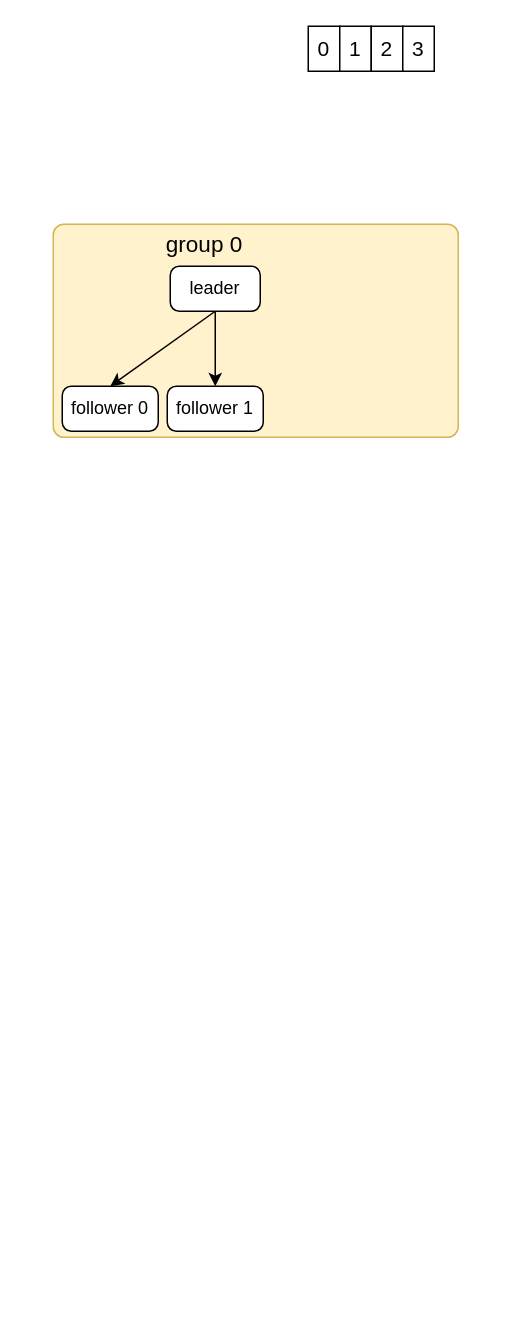
Above: page "group扩缩容" (5 of 5) of kv.drawio in yantao006/draw_io (draw.io), before the change. Source tidied: cells renumbered, new cells numbered last; positions are measured from the earlier drawing's top-left corner, leaving out a move shared by most shapes. Both pictures are drawn from the tidied source at 150%, with x=0, y=0 at pixel (52, 26).
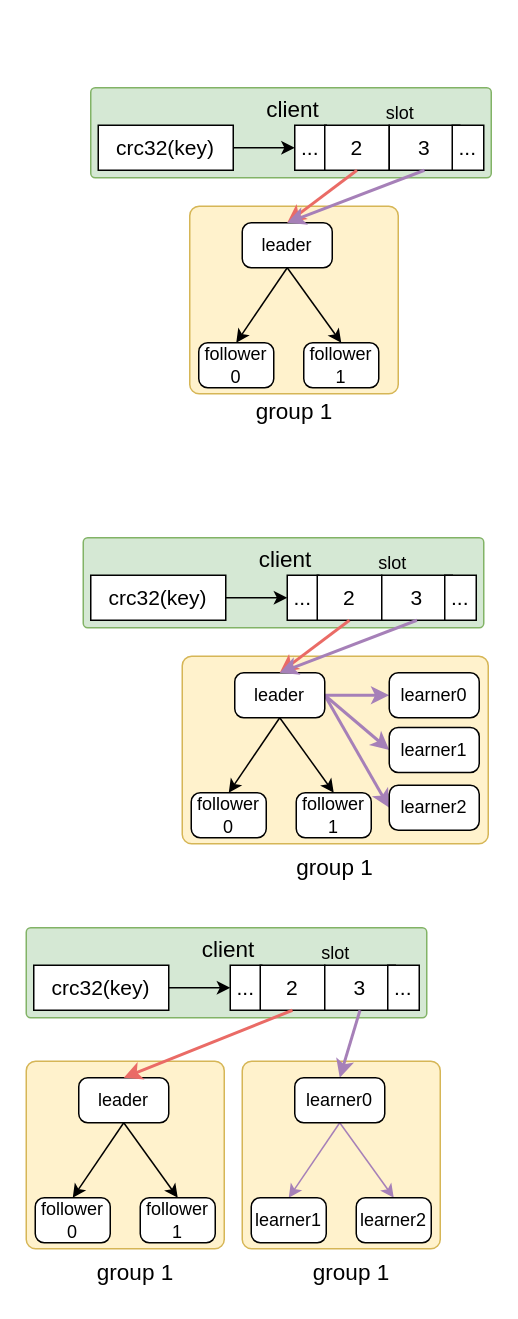
The same diagram, later.

The edit, as a diff of the source:
```diff
@@
-    <mxCell id="2" style="rounded=1;whiteSpace=wrap;html=1;arcSize=5;fillColor=#fff2cc;strokeColor=#d6b656;" parent="1" vertex="1">
-      <mxGeometry y="132" width="270" height="142" as="geometry" />
-    </mxCell>
-    <mxCell id="3" style="rounded=0;jettySize=auto;html=1;exitX=0.5;exitY=1;exitDx=0;exitDy=0;entryX=0.5;entryY=0;entryDx=0;entryDy=0;strokeWidth=1;" parent="1" edge="1" source="5" target="6">
-      <mxGeometry relative="1" as="geometry" />
-    </mxCell>
-    <mxCell id="4" style="edgeStyle=orthogonalEdgeStyle;rounded=0;jettySize=auto;html=1;exitX=0.5;exitY=1;exitDx=0;exitDy=0;entryX=0.5;entryY=0;entryDx=0;entryDy=0;" parent="1" edge="1" source="5" target="7">
-      <mxGeometry relative="1" as="geometry" />
-    </mxCell>
-    <mxCell id="5" value="leader" style="rounded=1;whiteSpace=wrap;html=1;arcSize=20;" parent="1" vertex="1">
-      <mxGeometry x="78" y="160" width="60" height="30" as="geometry" />
-    </mxCell>
-    <mxCell id="6" value="follower&amp;nbsp;&lt;span style=&quot;background-color: initial;&quot;&gt;0&lt;/span&gt;" style="rounded=1;whiteSpace=wrap;html=1;arcSize=20;" parent="1" vertex="1">
-      <mxGeometry x="6" y="240" width="64" height="30" as="geometry" />
-    </mxCell>
-    <mxCell id="7" value="follower&amp;nbsp;&lt;span style=&quot;background-color: initial;&quot;&gt;1&lt;/span&gt;" style="rounded=1;whiteSpace=wrap;html=1;arcSize=20;" parent="1" vertex="1">
-      <mxGeometry x="76" y="240" width="64" height="30" as="geometry" />
-    </mxCell>
-    <mxCell id="8" value="&lt;font style=&quot;font-size: 15px;&quot;&gt;group 0&lt;/font&gt;" style="text;html=1;align=center;verticalAlign=middle;whiteSpace=wrap;rounded=0;" parent="1" vertex="1">
-      <mxGeometry x="71" y="130" width="60" height="30" as="geometry" />
-    </mxCell>
-    <mxCell id="9" value="&lt;span style=&quot;font-size: 14px;&quot;&gt;0&lt;/span&gt;" style="rounded=0;whiteSpace=wrap;html=1;" parent="1" vertex="1">
-      <mxGeometry x="170" width="21" height="30" as="geometry" />
-    </mxCell>
-    <mxCell id="10" value="&lt;span style=&quot;font-size: 14px;&quot;&gt;1&lt;/span&gt;" style="rounded=0;whiteSpace=wrap;html=1;" parent="1" vertex="1">
-      <mxGeometry x="191" width="21" height="30" as="geometry" />
-    </mxCell>
-    <mxCell id="11" value="&lt;span style=&quot;font-size: 14px;&quot;&gt;2&lt;/span&gt;" style="rounded=0;whiteSpace=wrap;html=1;" parent="1" vertex="1">
-      <mxGeometry x="212" width="21" height="30" as="geometry" />
-    </mxCell>
-    <mxCell id="12" value="&lt;span style=&quot;font-size: 14px;&quot;&gt;3&lt;/span&gt;" style="rounded=0;whiteSpace=wrap;html=1;" parent="1" vertex="1">
-      <mxGeometry x="233" width="21" height="30" as="geometry" />
-    </mxCell>
+    <mxCell id="13" style="rounded=1;whiteSpace=wrap;html=1;arcSize=5;fillColor=#fff2cc;strokeColor=#d6b656;" parent="1" vertex="1">
+      <mxGeometry x="126" y="690" width="132" height="125" as="geometry" />
+    </mxCell>
+    <mxCell id="14" style="rounded=1;whiteSpace=wrap;html=1;arcSize=5;fillColor=#fff2cc;strokeColor=#d6b656;" parent="1" vertex="1">
+      <mxGeometry x="91" y="120" width="139" height="125" as="geometry" />
+    </mxCell>
+    <mxCell id="15" style="rounded=1;whiteSpace=wrap;html=1;arcSize=5;fillColor=#d5e8d4;strokeColor=#82b366;" parent="1" vertex="1">
+      <mxGeometry x="25" y="41" width="267" height="60" as="geometry" />
+    </mxCell>
+    <mxCell id="16" style="edgeStyle=orthogonalEdgeStyle;rounded=0;jettySize=auto;html=1;exitX=1;exitY=0.5;exitDx=0;exitDy=0;entryX=0;entryY=0.5;entryDx=0;entryDy=0;" parent="1" edge="1" source="17" target="19">
+      <mxGeometry relative="1" as="geometry" />
+    </mxCell>
+    <mxCell id="17" value="&lt;font style=&quot;font-size: 14px;&quot;&gt;crc32(key)&lt;/font&gt;" style="rounded=0;whiteSpace=wrap;html=1;" parent="1" vertex="1">
+      <mxGeometry x="30" y="66" width="90" height="30" as="geometry" />
+    </mxCell>
+    <mxCell id="18" style="group;" parent="1" vertex="1">
+      <mxGeometry x="161" y="66" width="126" height="30" as="geometry" />
+    </mxCell>
+    <mxCell id="19" value="&lt;span style=&quot;font-size: 14px;&quot;&gt;...&lt;/span&gt;" style="rounded=0;whiteSpace=wrap;html=1;" parent="18" vertex="1">
+      <mxGeometry width="21" height="30" as="geometry" />
+    </mxCell>
+    <mxCell id="20" value="&lt;span style=&quot;font-size: 14px;&quot;&gt;2&lt;/span&gt;" style="rounded=0;whiteSpace=wrap;html=1;" parent="18" vertex="1">
+      <mxGeometry x="20" width="43" height="30" as="geometry" />
+    </mxCell>
+    <mxCell id="21" value="&lt;span style=&quot;font-size: 14px;&quot;&gt;3&lt;/span&gt;" style="rounded=0;whiteSpace=wrap;html=1;" parent="18" vertex="1">
+      <mxGeometry x="63" width="47" height="30" as="geometry" />
+    </mxCell>
+    <mxCell id="22" value="&lt;span style=&quot;font-size: 14px;&quot;&gt;...&lt;/span&gt;" style="rounded=0;whiteSpace=wrap;html=1;" parent="18" vertex="1">
+      <mxGeometry x="105" width="21" height="30" as="geometry" />
+    </mxCell>
+    <mxCell id="23" value="&lt;font style=&quot;font-size: 15px;&quot;&gt;client&lt;/font&gt;" style="text;html=1;align=center;verticalAlign=middle;whiteSpace=wrap;rounded=0;" parent="1" vertex="1">
+      <mxGeometry x="130" y="40" width="60" height="30" as="geometry" />
+    </mxCell>
+    <mxCell id="24" style="rounded=0;jettySize=auto;html=1;exitX=0.5;exitY=1;exitDx=0;exitDy=0;entryX=0.5;entryY=0;entryDx=0;entryDy=0;strokeWidth=1;" parent="1" edge="1" source="26" target="27">
+      <mxGeometry relative="1" as="geometry" />
+    </mxCell>
+    <mxCell id="25" style="rounded=0;jettySize=auto;html=1;exitX=0.5;exitY=1;exitDx=0;exitDy=0;entryX=0.5;entryY=0;entryDx=0;entryDy=0;" parent="1" edge="1" source="26" target="28">
+      <mxGeometry relative="1" as="geometry" />
+    </mxCell>
+    <mxCell id="26" value="leader" style="rounded=1;whiteSpace=wrap;html=1;arcSize=20;" parent="1" vertex="1">
+      <mxGeometry x="126" y="131" width="60" height="30" as="geometry" />
+    </mxCell>
+    <mxCell id="27" value="follower&lt;div&gt;0&lt;/div&gt;" style="rounded=1;whiteSpace=wrap;html=1;arcSize=20;" parent="1" vertex="1">
+      <mxGeometry x="97" y="211" width="50" height="30" as="geometry" />
+    </mxCell>
+    <mxCell id="28" value="follower&lt;div&gt;1&lt;/div&gt;" style="rounded=1;whiteSpace=wrap;html=1;arcSize=20;" parent="1" vertex="1">
+      <mxGeometry x="167" y="211" width="50" height="30" as="geometry" />
+    </mxCell>
+    <mxCell id="29" value="&lt;font style=&quot;font-size: 15px;&quot;&gt;group 1&lt;/font&gt;" style="text;html=1;align=center;verticalAlign=middle;whiteSpace=wrap;rounded=0;" parent="1" vertex="1">
+      <mxGeometry x="130.5" y="241" width="60" height="30" as="geometry" />
+    </mxCell>
+    <mxCell id="30" value="&lt;font style=&quot;font-size: 12px;&quot;&gt;slot&lt;/font&gt;" style="text;html=1;align=center;verticalAlign=middle;whiteSpace=wrap;rounded=0;" parent="1" vertex="1">
+      <mxGeometry x="217" y="48" width="29" height="20" as="geometry" />
+    </mxCell>
+    <mxCell id="31" style="rounded=0;jettySize=auto;html=1;exitX=0.5;exitY=1;exitDx=0;exitDy=0;entryX=0.5;entryY=0;entryDx=0;entryDy=0;strokeColor=#EA6B66;strokeWidth=2;" parent="1" edge="1" source="20" target="26">
+      <mxGeometry relative="1" as="geometry" />
+    </mxCell>
+    <mxCell id="32" style="rounded=0;jettySize=auto;html=1;exitX=0.5;exitY=1;exitDx=0;exitDy=0;entryX=0.5;entryY=0;entryDx=0;entryDy=0;strokeColor=#A680B8;strokeWidth=2;" parent="1" edge="1" source="21" target="26">
+      <mxGeometry relative="1" as="geometry" />
+    </mxCell>
+    <mxCell id="33" style="rounded=1;whiteSpace=wrap;html=1;arcSize=5;fillColor=#fff2cc;strokeColor=#d6b656;" parent="1" vertex="1">
+      <mxGeometry x="86" y="420" width="204" height="125" as="geometry" />
+    </mxCell>
+    <mxCell id="34" style="rounded=1;whiteSpace=wrap;html=1;arcSize=5;fillColor=#d5e8d4;strokeColor=#82b366;" parent="1" vertex="1">
+      <mxGeometry x="20" y="341" width="267" height="60" as="geometry" />
+    </mxCell>
+    <mxCell id="35" style="edgeStyle=orthogonalEdgeStyle;rounded=0;jettySize=auto;html=1;exitX=1;exitY=0.5;exitDx=0;exitDy=0;entryX=0;entryY=0.5;entryDx=0;entryDy=0;" parent="1" edge="1" source="36" target="38">
+      <mxGeometry relative="1" as="geometry" />
+    </mxCell>
+    <mxCell id="36" value="&lt;font style=&quot;font-size: 14px;&quot;&gt;crc32(key)&lt;/font&gt;" style="rounded=0;whiteSpace=wrap;html=1;" parent="1" vertex="1">
+      <mxGeometry x="25" y="366" width="90" height="30" as="geometry" />
+    </mxCell>
+    <mxCell id="37" style="group;" parent="1" vertex="1">
+      <mxGeometry x="156" y="366" width="126" height="30" as="geometry" />
+    </mxCell>
+    <mxCell id="38" value="&lt;span style=&quot;font-size: 14px;&quot;&gt;...&lt;/span&gt;" style="rounded=0;whiteSpace=wrap;html=1;" parent="37" vertex="1">
+      <mxGeometry width="21" height="30" as="geometry" />
+    </mxCell>
+    <mxCell id="39" value="&lt;span style=&quot;font-size: 14px;&quot;&gt;2&lt;/span&gt;" style="rounded=0;whiteSpace=wrap;html=1;" parent="37" vertex="1">
+      <mxGeometry x="20" width="43" height="30" as="geometry" />
+    </mxCell>
+    <mxCell id="40" value="&lt;span style=&quot;font-size: 14px;&quot;&gt;3&lt;/span&gt;" style="rounded=0;whiteSpace=wrap;html=1;" parent="37" vertex="1">
+      <mxGeometry x="63" width="47" height="30" as="geometry" />
+    </mxCell>
+    <mxCell id="41" value="&lt;span style=&quot;font-size: 14px;&quot;&gt;...&lt;/span&gt;" style="rounded=0;whiteSpace=wrap;html=1;" parent="37" vertex="1">
+      <mxGeometry x="105" width="21" height="30" as="geometry" />
+    </mxCell>
+    <mxCell id="42" value="&lt;font style=&quot;font-size: 15px;&quot;&gt;client&lt;/font&gt;" style="text;html=1;align=center;verticalAlign=middle;whiteSpace=wrap;rounded=0;" parent="1" vertex="1">
+      <mxGeometry x="125" y="340" width="60" height="30" as="geometry" />
+    </mxCell>
+    <mxCell id="43" style="rounded=0;jettySize=auto;html=1;exitX=0.5;exitY=1;exitDx=0;exitDy=0;entryX=0.5;entryY=0;entryDx=0;entryDy=0;strokeWidth=1;" parent="1" edge="1" source="48" target="49">
+      <mxGeometry relative="1" as="geometry" />
+    </mxCell>
+    <mxCell id="44" style="rounded=0;jettySize=auto;html=1;exitX=0.5;exitY=1;exitDx=0;exitDy=0;entryX=0.5;entryY=0;entryDx=0;entryDy=0;" parent="1" edge="1" source="48" target="50">
+      <mxGeometry relative="1" as="geometry" />
+    </mxCell>
+    <mxCell id="45" style="edgeStyle=orthogonalEdgeStyle;rounded=0;jettySize=auto;html=1;exitX=1;exitY=0.5;exitDx=0;exitDy=0;entryX=0;entryY=0.5;entryDx=0;entryDy=0;strokeWidth=2;strokeColor=#A680B8;" parent="1" edge="1" source="48" target="55">
+      <mxGeometry relative="1" as="geometry" />
+    </mxCell>
+    <mxCell id="46" style="rounded=0;jettySize=auto;html=1;exitX=1;exitY=0.5;exitDx=0;exitDy=0;entryX=0;entryY=0.5;entryDx=0;entryDy=0;strokeWidth=2;strokeColor=#A680B8;" parent="1" edge="1" source="48" target="56">
+      <mxGeometry relative="1" as="geometry" />
+    </mxCell>
+    <mxCell id="47" style="rounded=0;jettySize=auto;html=1;exitX=1;exitY=0.5;exitDx=0;exitDy=0;entryX=0;entryY=0.5;entryDx=0;entryDy=0;strokeWidth=2;strokeColor=#A680B8;" parent="1" edge="1" source="48" target="57">
+      <mxGeometry relative="1" as="geometry" />
+    </mxCell>
+    <mxCell id="48" value="leader" style="rounded=1;whiteSpace=wrap;html=1;arcSize=20;" parent="1" vertex="1">
+      <mxGeometry x="121" y="431" width="60" height="30" as="geometry" />
+    </mxCell>
+    <mxCell id="49" value="follower&lt;div&gt;0&lt;/div&gt;" style="rounded=1;whiteSpace=wrap;html=1;arcSize=20;" parent="1" vertex="1">
+      <mxGeometry x="92" y="511" width="50" height="30" as="geometry" />
+    </mxCell>
+    <mxCell id="50" value="follower&lt;div&gt;1&lt;/div&gt;" style="rounded=1;whiteSpace=wrap;html=1;arcSize=20;" parent="1" vertex="1">
+      <mxGeometry x="162" y="511" width="50" height="30" as="geometry" />
+    </mxCell>
+    <mxCell id="51" value="&lt;font style=&quot;font-size: 15px;&quot;&gt;group 1&lt;/font&gt;" style="text;html=1;align=center;verticalAlign=middle;whiteSpace=wrap;rounded=0;" parent="1" vertex="1">
+      <mxGeometry x="158" y="545" width="60" height="30" as="geometry" />
+    </mxCell>
+    <mxCell id="52" value="&lt;font style=&quot;font-size: 12px;&quot;&gt;slot&lt;/font&gt;" style="text;html=1;align=center;verticalAlign=middle;whiteSpace=wrap;rounded=0;" parent="1" vertex="1">
+      <mxGeometry x="212" y="348" width="29" height="20" as="geometry" />
+    </mxCell>
+    <mxCell id="53" style="rounded=0;jettySize=auto;html=1;exitX=0.5;exitY=1;exitDx=0;exitDy=0;entryX=0.5;entryY=0;entryDx=0;entryDy=0;strokeColor=#EA6B66;strokeWidth=2;" parent="1" edge="1" source="39" target="48">
+      <mxGeometry relative="1" as="geometry" />
+    </mxCell>
+    <mxCell id="54" style="rounded=0;jettySize=auto;html=1;exitX=0.5;exitY=1;exitDx=0;exitDy=0;entryX=0.5;entryY=0;entryDx=0;entryDy=0;strokeWidth=2;strokeColor=#A680B8;" parent="1" edge="1" source="40" target="48">
+      <mxGeometry relative="1" as="geometry" />
+    </mxCell>
+    <mxCell id="55" value="learner0" style="rounded=1;whiteSpace=wrap;html=1;arcSize=20;" parent="1" vertex="1">
+      <mxGeometry x="224" y="431" width="60" height="30" as="geometry" />
+    </mxCell>
+    <mxCell id="56" value="learner1" style="rounded=1;whiteSpace=wrap;html=1;arcSize=20;" parent="1" vertex="1">
+      <mxGeometry x="224" y="467.5" width="60" height="30" as="geometry" />
+    </mxCell>
+    <mxCell id="57" value="learner2" style="rounded=1;whiteSpace=wrap;html=1;arcSize=20;" parent="1" vertex="1">
+      <mxGeometry x="224" y="506" width="60" height="30" as="geometry" />
+    </mxCell>
+    <mxCell id="58" style="rounded=1;whiteSpace=wrap;html=1;arcSize=5;fillColor=#fff2cc;strokeColor=#d6b656;" parent="1" vertex="1">
+      <mxGeometry x="-18" y="690" width="132" height="125" as="geometry" />
+    </mxCell>
+    <mxCell id="59" style="rounded=1;whiteSpace=wrap;html=1;arcSize=5;fillColor=#d5e8d4;strokeColor=#82b366;" parent="1" vertex="1">
+      <mxGeometry x="-18" y="601" width="267" height="60" as="geometry" />
+    </mxCell>
+    <mxCell id="60" style="edgeStyle=orthogonalEdgeStyle;rounded=0;jettySize=auto;html=1;exitX=1;exitY=0.5;exitDx=0;exitDy=0;entryX=0;entryY=0.5;entryDx=0;entryDy=0;" parent="1" edge="1" source="61" target="63">
+      <mxGeometry relative="1" as="geometry" />
+    </mxCell>
+    <mxCell id="61" value="&lt;font style=&quot;font-size: 14px;&quot;&gt;crc32(key)&lt;/font&gt;" style="rounded=0;whiteSpace=wrap;html=1;" parent="1" vertex="1">
+      <mxGeometry x="-13" y="626" width="90" height="30" as="geometry" />
+    </mxCell>
+    <mxCell id="62" style="group;" parent="1" vertex="1">
+      <mxGeometry x="118" y="626" width="126" height="30" as="geometry" />
+    </mxCell>
+    <mxCell id="63" value="&lt;span style=&quot;font-size: 14px;&quot;&gt;...&lt;/span&gt;" style="rounded=0;whiteSpace=wrap;html=1;" parent="62" vertex="1">
+      <mxGeometry width="21" height="30" as="geometry" />
+    </mxCell>
+    <mxCell id="64" value="&lt;span style=&quot;font-size: 14px;&quot;&gt;2&lt;/span&gt;" style="rounded=0;whiteSpace=wrap;html=1;" parent="62" vertex="1">
+      <mxGeometry x="20" width="43" height="30" as="geometry" />
+    </mxCell>
+    <mxCell id="65" value="&lt;span style=&quot;font-size: 14px;&quot;&gt;3&lt;/span&gt;" style="rounded=0;whiteSpace=wrap;html=1;" parent="62" vertex="1">
+      <mxGeometry x="63" width="47" height="30" as="geometry" />
+    </mxCell>
+    <mxCell id="66" value="&lt;span style=&quot;font-size: 14px;&quot;&gt;...&lt;/span&gt;" style="rounded=0;whiteSpace=wrap;html=1;" parent="62" vertex="1">
+      <mxGeometry x="105" width="21" height="30" as="geometry" />
+    </mxCell>
+    <mxCell id="67" value="&lt;font style=&quot;font-size: 15px;&quot;&gt;client&lt;/font&gt;" style="text;html=1;align=center;verticalAlign=middle;whiteSpace=wrap;rounded=0;" parent="1" vertex="1">
+      <mxGeometry x="87" y="600" width="60" height="30" as="geometry" />
+    </mxCell>
+    <mxCell id="68" style="rounded=0;jettySize=auto;html=1;exitX=0.5;exitY=1;exitDx=0;exitDy=0;entryX=0.5;entryY=0;entryDx=0;entryDy=0;strokeWidth=1;" parent="1" edge="1" source="70" target="71">
+      <mxGeometry relative="1" as="geometry" />
+    </mxCell>
+    <mxCell id="69" style="rounded=0;jettySize=auto;html=1;exitX=0.5;exitY=1;exitDx=0;exitDy=0;entryX=0.5;entryY=0;entryDx=0;entryDy=0;" parent="1" edge="1" source="70" target="72">
+      <mxGeometry relative="1" as="geometry" />
+    </mxCell>
+    <mxCell id="70" value="leader" style="rounded=1;whiteSpace=wrap;html=1;arcSize=20;" parent="1" vertex="1">
+      <mxGeometry x="17" y="701" width="60" height="30" as="geometry" />
+    </mxCell>
+    <mxCell id="71" value="follower&lt;div&gt;0&lt;/div&gt;" style="rounded=1;whiteSpace=wrap;html=1;arcSize=20;" parent="1" vertex="1">
+      <mxGeometry x="-12" y="781" width="50" height="30" as="geometry" />
+    </mxCell>
+    <mxCell id="72" value="follower&lt;div&gt;1&lt;/div&gt;" style="rounded=1;whiteSpace=wrap;html=1;arcSize=20;" parent="1" vertex="1">
+      <mxGeometry x="58" y="781" width="50" height="30" as="geometry" />
+    </mxCell>
+    <mxCell id="73" value="&lt;font style=&quot;font-size: 15px;&quot;&gt;group 1&lt;/font&gt;" style="text;html=1;align=center;verticalAlign=middle;whiteSpace=wrap;rounded=0;" parent="1" vertex="1">
+      <mxGeometry x="25" y="815" width="60" height="30" as="geometry" />
+    </mxCell>
+    <mxCell id="74" value="&lt;font style=&quot;font-size: 12px;&quot;&gt;slot&lt;/font&gt;" style="text;html=1;align=center;verticalAlign=middle;whiteSpace=wrap;rounded=0;" parent="1" vertex="1">
+      <mxGeometry x="174" y="608" width="29" height="20" as="geometry" />
+    </mxCell>
+    <mxCell id="75" style="rounded=0;jettySize=auto;html=1;exitX=0.5;exitY=1;exitDx=0;exitDy=0;entryX=0.5;entryY=0;entryDx=0;entryDy=0;strokeColor=#EA6B66;strokeWidth=2;" parent="1" edge="1" source="64" target="70">
+      <mxGeometry relative="1" as="geometry" />
+    </mxCell>
+    <mxCell id="76" style="rounded=0;jettySize=auto;html=1;exitX=0.5;exitY=1;exitDx=0;exitDy=0;entryX=0.5;entryY=0;entryDx=0;entryDy=0;strokeWidth=2;strokeColor=#A680B8;" parent="1" edge="1" source="65" target="79">
+      <mxGeometry relative="1" as="geometry" />
+    </mxCell>
+    <mxCell id="77" style="rounded=0;jettySize=auto;html=1;exitX=0.5;exitY=1;exitDx=0;exitDy=0;entryX=0.5;entryY=0;entryDx=0;entryDy=0;strokeWidth=1;strokeColor=#A680B8;" parent="1" edge="1" source="79" target="80">
+      <mxGeometry relative="1" as="geometry" />
+    </mxCell>
+    <mxCell id="78" style="rounded=0;jettySize=auto;html=1;exitX=0.5;exitY=1;exitDx=0;exitDy=0;entryX=0.5;entryY=0;entryDx=0;entryDy=0;strokeColor=#A680B8;" parent="1" edge="1" source="79" target="81">
+      <mxGeometry relative="1" as="geometry" />
+    </mxCell>
+    <mxCell id="79" value="learner0" style="rounded=1;whiteSpace=wrap;html=1;arcSize=20;" parent="1" vertex="1">
+      <mxGeometry x="161" y="701" width="60" height="30" as="geometry" />
+    </mxCell>
+    <mxCell id="80" value="learner1" style="rounded=1;whiteSpace=wrap;html=1;arcSize=20;" parent="1" vertex="1">
+      <mxGeometry x="132" y="781" width="50" height="30" as="geometry" />
+    </mxCell>
+    <mxCell id="81" value="learner2" style="rounded=1;whiteSpace=wrap;html=1;arcSize=20;" parent="1" vertex="1">
+      <mxGeometry x="202" y="781" width="50" height="30" as="geometry" />
+    </mxCell>
+    <mxCell id="82" value="&lt;font style=&quot;font-size: 15px;&quot;&gt;group 1&lt;/font&gt;" style="text;html=1;align=center;verticalAlign=middle;whiteSpace=wrap;rounded=0;" parent="1" vertex="1">
+      <mxGeometry x="169" y="815" width="60" height="30" as="geometry" />
+    </mxCell>
```
